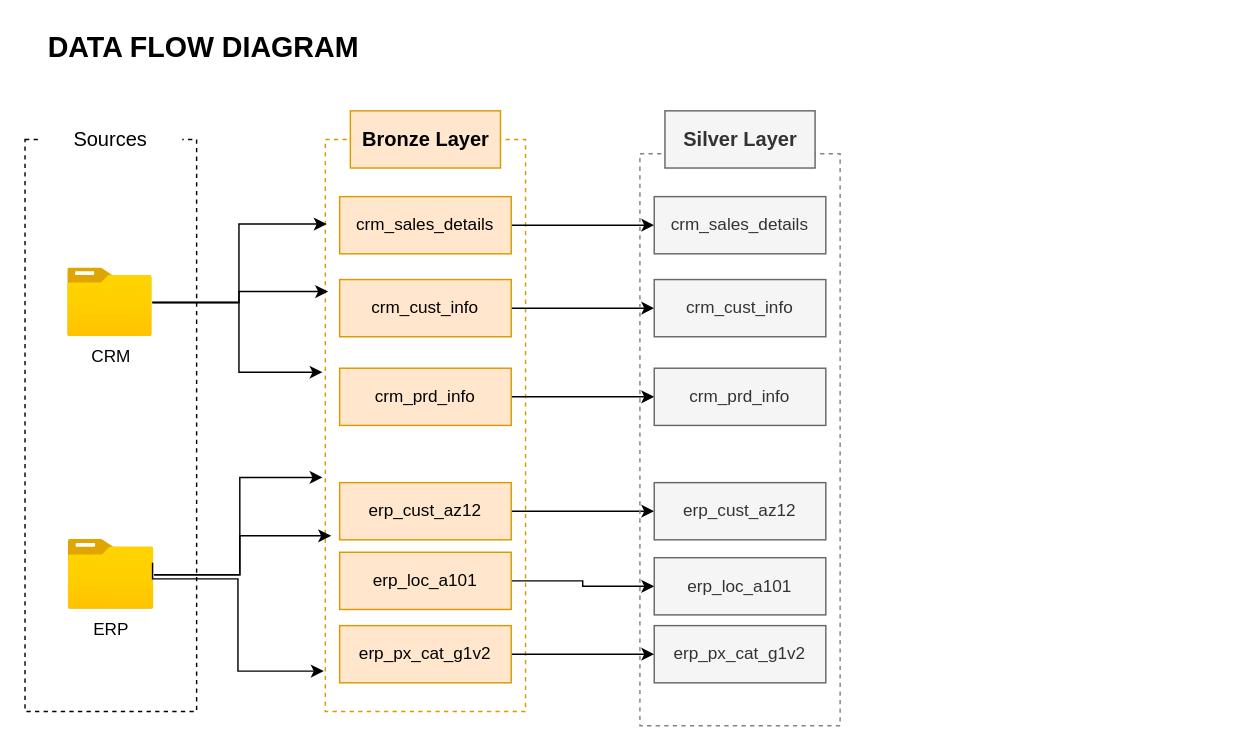
Earlier version of the draw.io diagram data_how_ Diagram.drawio (Kalyani-Burra/sql-data-warehouse-project). Source tidied: cells renumbered, new cells numbered last; positions are measured from the earlier drawing's top-left corner, leaving out a move shared by most shapes. Both pictures are drawn from the tidied source at 143%, with x=0, y=0 at pixel (24, 24).
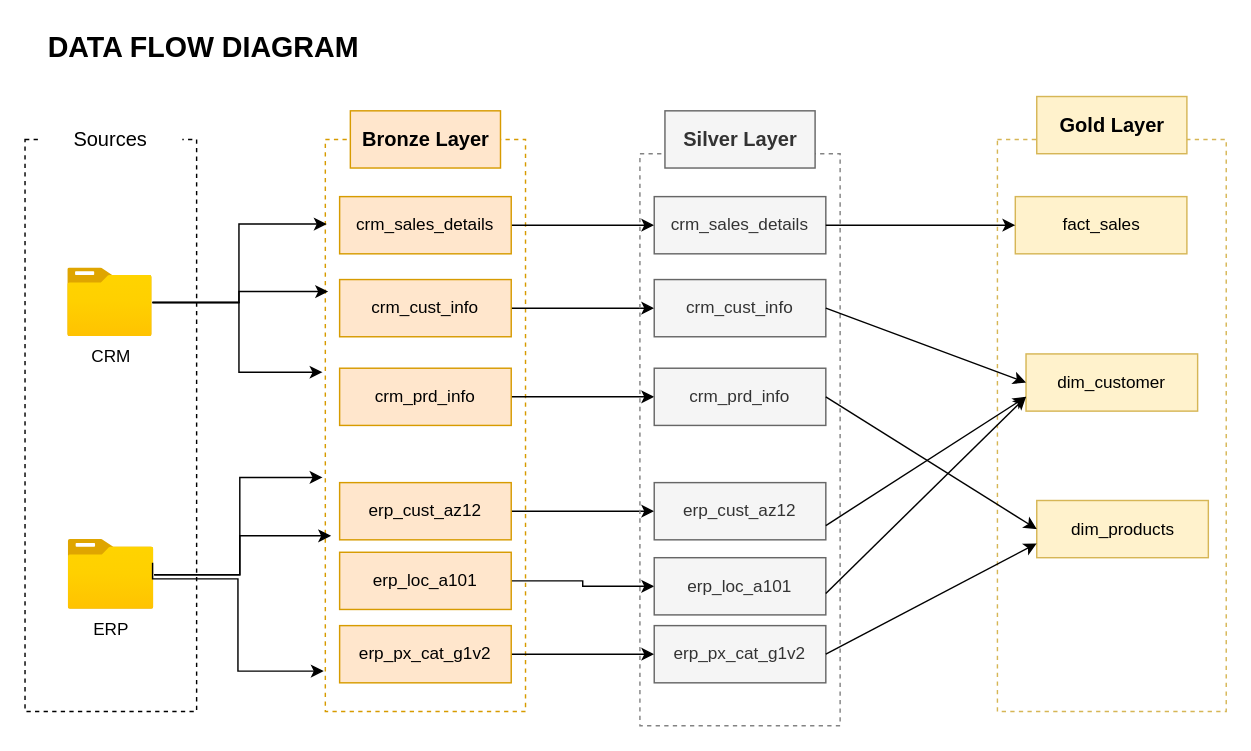
After the change.

Unchanged cells that the change refers to:
```xml
<mxCell id="23" value="crm_sales_details" style="rounded=0;whiteSpace=wrap;html=1;fillColor=#f5f5f5;strokeColor=#666666;fontColor=#333333;" parent="1" vertex="1">
  <mxGeometry x="440" y="120" width="120" height="40" as="geometry" />
</mxCell>
<mxCell id="24" value="crm_cust_info" style="rounded=0;whiteSpace=wrap;html=1;fillColor=#f5f5f5;strokeColor=#666666;fontColor=#333333;" parent="1" vertex="1">
  <mxGeometry x="440" y="178" width="120" height="40" as="geometry" />
</mxCell>
<mxCell id="28" value="erp_px_cat_g1v2" style="rounded=0;whiteSpace=wrap;html=1;fillColor=#f5f5f5;strokeColor=#666666;fontColor=#333333;" parent="1" vertex="1">
  <mxGeometry x="440" y="420" width="120" height="40" as="geometry" />
</mxCell>
```

Change to the diagram source:
```diff
@@
+    <mxCell id="35" style="rounded=0;whiteSpace=wrap;html=1;fillColor=none;dashed=1;strokeColor=#d6b656;" parent="1" vertex="1">
+      <mxGeometry x="680" y="80" width="160" height="400" as="geometry" />
+    </mxCell>
+    <mxCell id="36" value="Gold Layer" style="rounded=0;whiteSpace=wrap;html=1;fontSize=14;fontStyle=1;fillColor=#fff2cc;strokeColor=#d6b656;" parent="1" vertex="1">
+      <mxGeometry x="707.5" y="50" width="105" height="40" as="geometry" />
+    </mxCell>
+    <mxCell id="37" value="fact_sales" style="rounded=0;whiteSpace=wrap;html=1;fillColor=#fff2cc;strokeColor=#d6b656;" parent="1" vertex="1">
+      <mxGeometry x="692.5" y="120" width="120" height="40" as="geometry" />
+    </mxCell>
+    <mxCell id="38" value="dim_customer" style="rounded=0;whiteSpace=wrap;html=1;fillColor=#fff2cc;strokeColor=#d6b656;" parent="1" vertex="1">
+      <mxGeometry x="700" y="230" width="120" height="40" as="geometry" />
+    </mxCell>
+    <mxCell id="39" value="dim_products" style="rounded=0;whiteSpace=wrap;html=1;fillColor=#fff2cc;strokeColor=#d6b656;" parent="1" vertex="1">
+      <mxGeometry x="707.5" y="332.5" width="120" height="40" as="geometry" />
+    </mxCell>
+    <mxCell id="40" style="endArrow=classic;html=1;rounded=0;entryX=0;entryY=0.5;entryDx=0;entryDy=0;exitX=1;exitY=0.5;exitDx=0;exitDy=0;" parent="1" edge="1" source="23" target="37">
+      <mxGeometry relative="1" as="geometry" />
+    </mxCell>
+    <mxCell id="41" style="endArrow=classic;html=1;rounded=0;entryX=0;entryY=0.5;entryDx=0;entryDy=0;exitX=1;exitY=0.5;exitDx=0;exitDy=0;" parent="1" edge="1" source="24" target="38">
+      <mxGeometry relative="1" as="geometry" />
+    </mxCell>
+    <mxCell id="42" style="endArrow=classic;html=1;rounded=0;entryX=0;entryY=0.5;entryDx=0;entryDy=0;" parent="1" edge="1" target="39">
+      <mxGeometry relative="1" as="geometry">
+        <mxPoint x="560" y="260" as="sourcePoint" />
+      </mxGeometry>
+    </mxCell>
+    <mxCell id="43" style="endArrow=classic;html=1;rounded=0;entryX=0;entryY=0.75;entryDx=0;entryDy=0;exitX=1;exitY=0.5;exitDx=0;exitDy=0;" parent="1" edge="1" source="28" target="39">
+      <mxGeometry relative="1" as="geometry" />
+    </mxCell>
+    <mxCell id="44" style="endArrow=classic;html=1;rounded=0;entryX=0;entryY=0.75;entryDx=0;entryDy=0;" parent="1" edge="1" target="38">
+      <mxGeometry relative="1" as="geometry">
+        <mxPoint x="560" y="350" as="sourcePoint" />
+      </mxGeometry>
+    </mxCell>
+    <mxCell id="45" style="endArrow=classic;html=1;rounded=0;entryX=0;entryY=0.75;entryDx=0;entryDy=0;" parent="1" edge="1" target="38">
+      <mxGeometry relative="1" as="geometry">
+        <mxPoint x="560" y="397.5" as="sourcePoint" />
+      </mxGeometry>
+    </mxCell>
```
